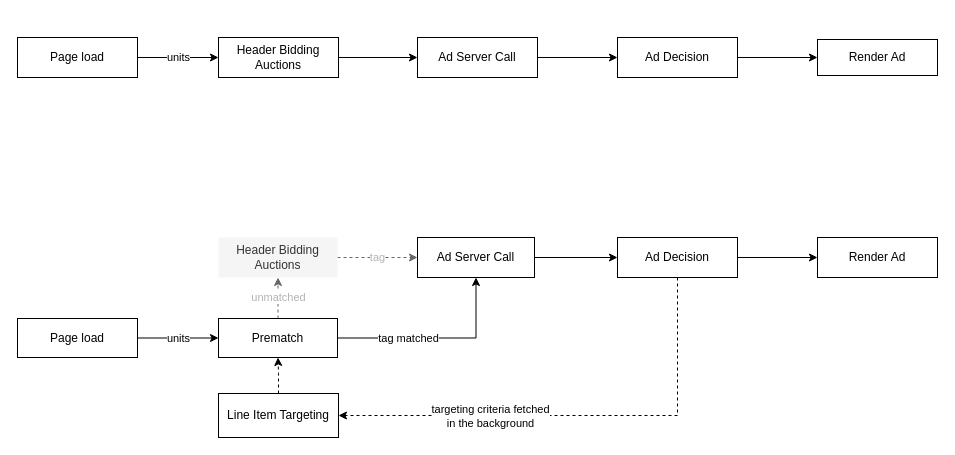
glimpse-protocol/docs keeps this draw.io diagram as drawio/diagrams.drawio. Above is the earlier version. Source tidied: cells renumbered, new cells numbered last; positions are measured from the earlier drawing's top-left corner, leaving out a move shared by most shapes. Both pictures are drawn from the tidied source at 100%, with x=0, y=0 at pixel (17, 37).
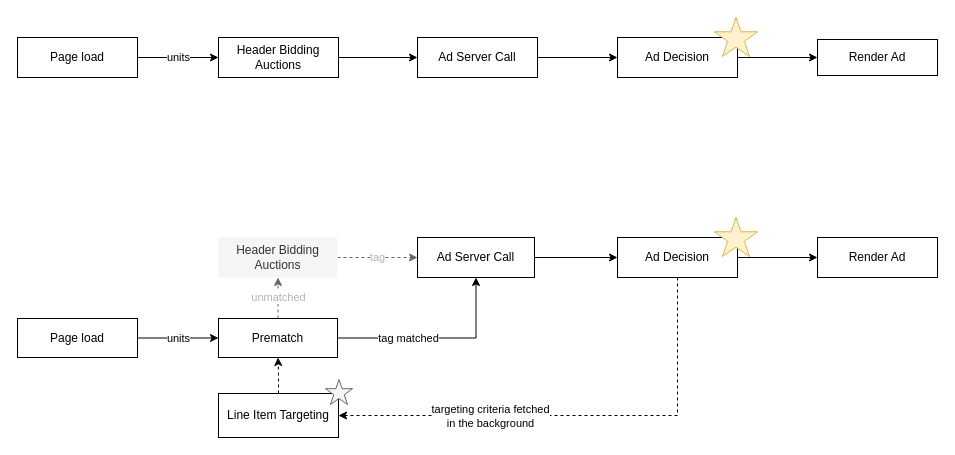
The same page after the edit.

Commit message (it also covers changes not shown here):
feat: add latest diagrams and drop tmp files

The edit, as a diff of the source:
```diff
@@
+    <mxCell id="27" style="verticalLabelPosition=bottom;verticalAlign=top;html=1;shape=mxgraph.basic.star;fillColor=#fff2cc;strokeColor=#d6b656;" parent="1" vertex="1">
+      <mxGeometry x="697" y="-20" width="43" height="39" as="geometry" />
+    </mxCell>
+    <mxCell id="28" style="verticalLabelPosition=bottom;verticalAlign=top;html=1;shape=mxgraph.basic.star;fillColor=#fff2cc;strokeColor=#d6b656;" parent="1" vertex="1">
+      <mxGeometry x="697" y="180" width="43" height="39" as="geometry" />
+    </mxCell>
+    <mxCell id="29" style="verticalLabelPosition=bottom;verticalAlign=top;html=1;shape=mxgraph.basic.star;fillColor=#f5f5f5;strokeColor=#666666;fontColor=#333333;" parent="1" vertex="1">
+      <mxGeometry x="308" y="342" width="27" height="25" as="geometry" />
+    </mxCell>
```
